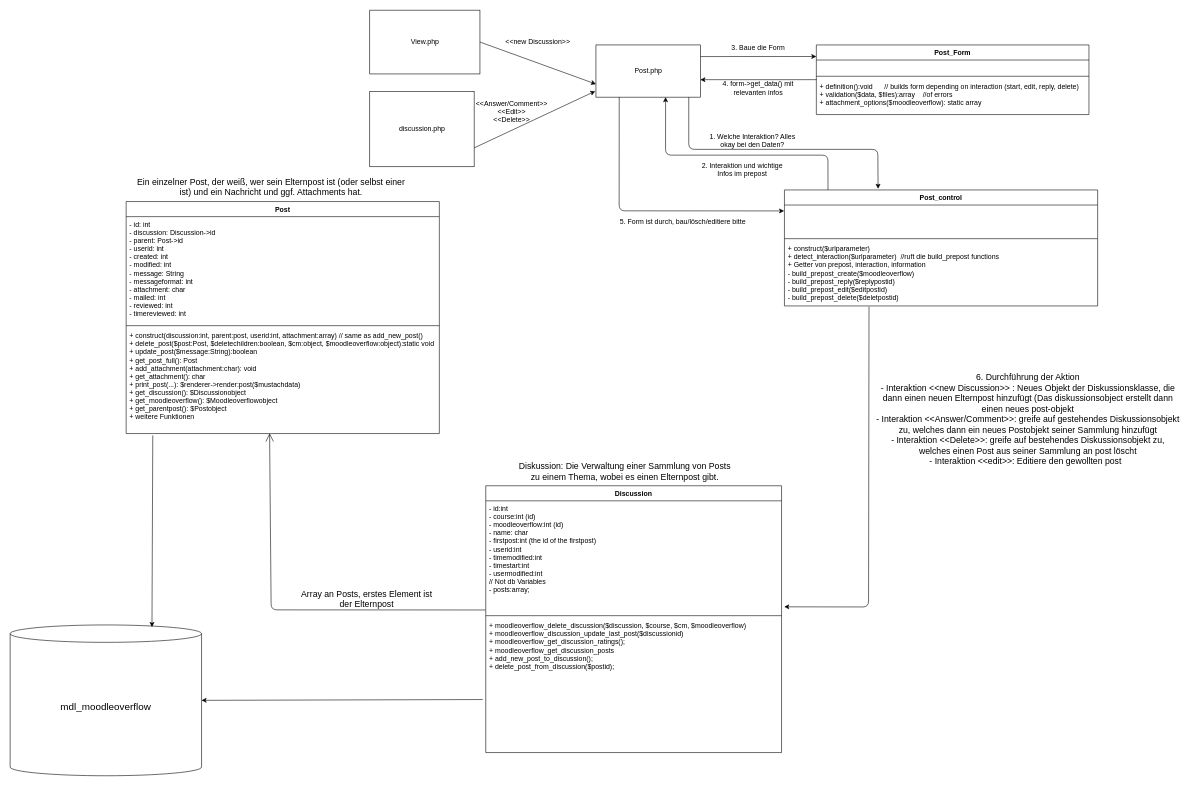
Earlier version of the draw.io diagram classes/post/structure.drawio (learnweb/moodle-mod_moodleoverflow). Source tidied: cells renumbered, new cells numbered last; positions are measured from the earlier drawing's top-left corner, leaving out a move shared by most shapes. Both pictures are drawn from the tidied source at 58%, with x=0, y=0 at pixel (10, 10).
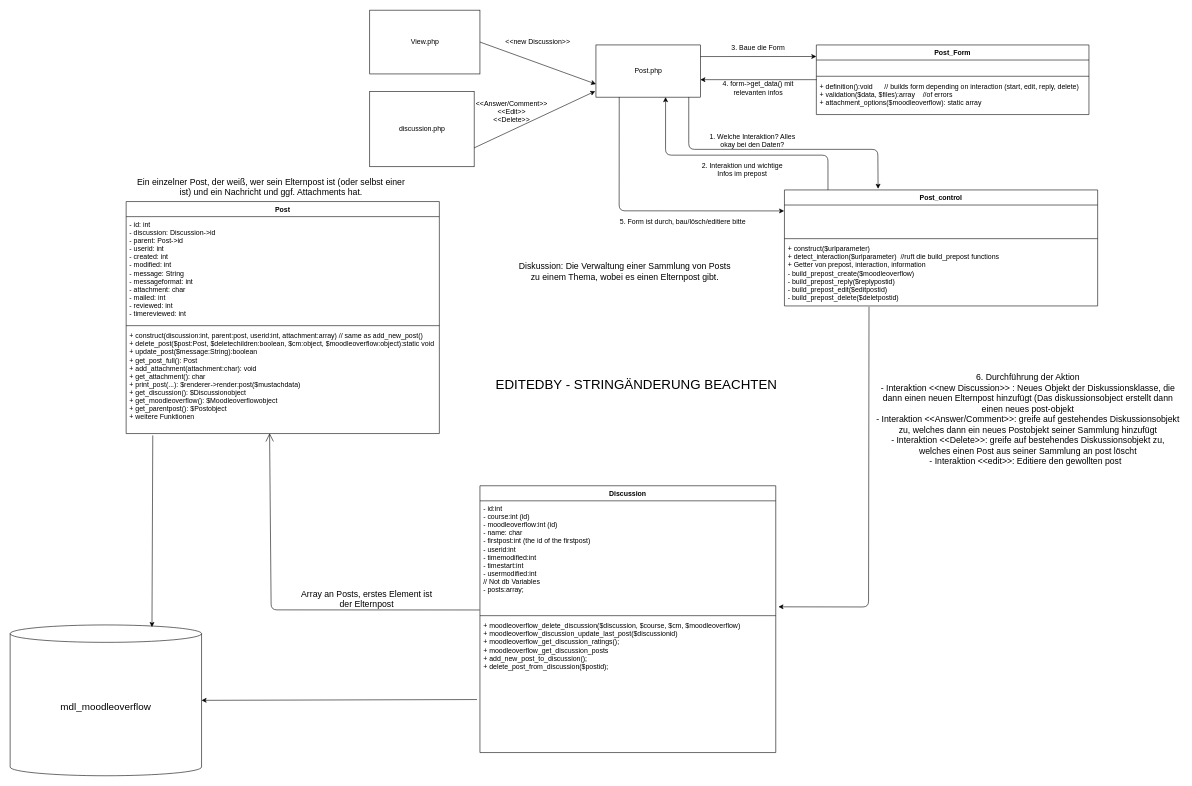
The same diagram, later.

What changed in the source:
```diff
@@
     <mxCell id="25" value="Discussion" style="swimlane;fontStyle=1;align=center;verticalAlign=top;horizontal=1;startSize=26;" parent="1" vertex="1">
-      <mxGeometry x="820" y="820" width="510" height="460" as="geometry" />
+      <mxGeometry x="810" y="820" width="510" height="460" as="geometry" />
     </mxCell>
@@
     <mxCell id="36" value="&lt;font style=&quot;font-size: 15px;&quot;&gt;Diskussion: Die Verwaltung einer Sammlung von Posts zu einem Thema, wobei es einen Elternpost gibt.&lt;/font&gt;" style="text;html=1;strokeColor=none;fillColor=none;align=center;verticalAlign=middle;whiteSpace=wrap;rounded=0;" parent="1" vertex="1">
-      <mxGeometry x="870" y="780" width="380" height="30" as="geometry" />
+      <mxGeometry x="870" y="435" width="380" height="30" as="geometry" />
     </mxCell>
@@
+    <mxCell id="44" value="&lt;font style=&quot;font-size: 23px;&quot;&gt;EDITEDBY - STRINGÄNDERUNG BEACHTEN&lt;/font&gt;" style="text;html=1;strokeColor=none;fillColor=none;align=center;verticalAlign=middle;whiteSpace=wrap;rounded=0;" parent="1" vertex="1">
+      <mxGeometry x="820" y="630" width="520" height="30" as="geometry" />
+    </mxCell>
```
